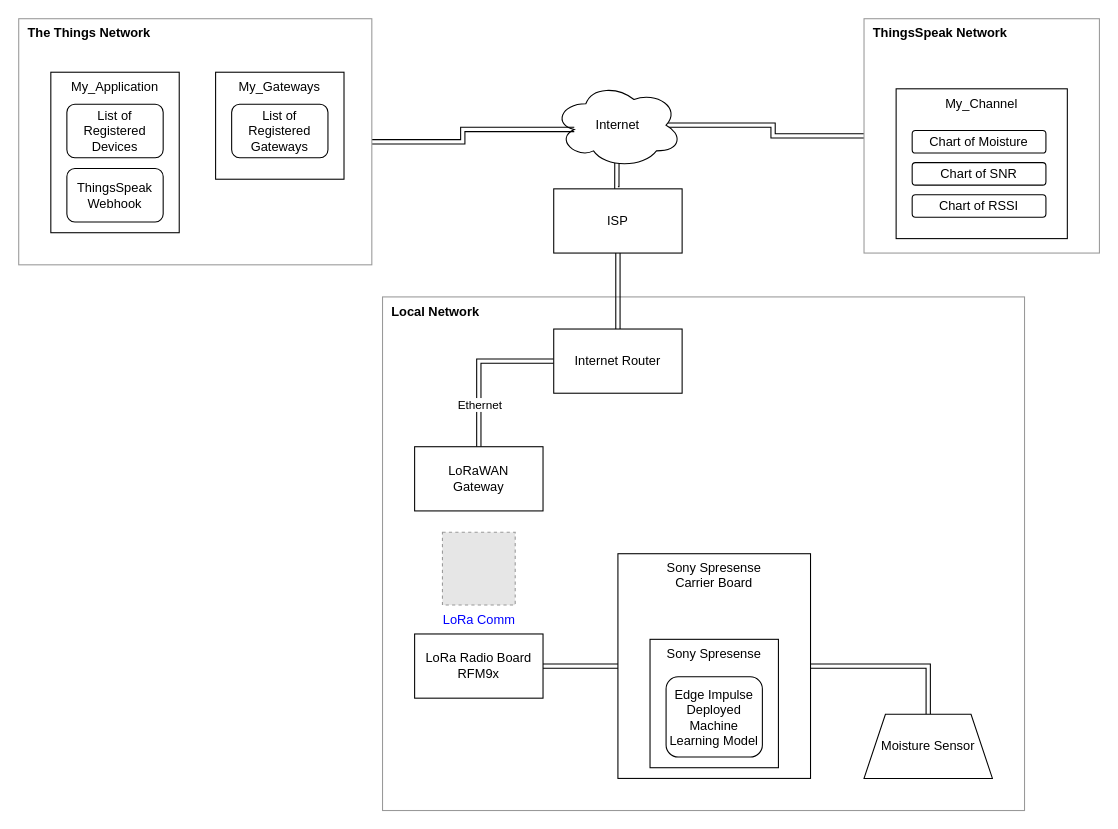
Above: Arduino_EdgeImpulse/Sony_Spresense/Spresese-AnalogModel/Spresense-Moisture_Sensor_Model_LoRaWAN/LoRaWAN.drawio in DeveloperMarcial/Edge_Impulse (draw.io), before the change. Source tidied: cells renumbered, new cells numbered last; positions are measured from the earlier drawing's top-left corner, leaving out a move shared by most shapes. Both pictures are drawn from the tidied source at 107%, with x=0, y=0 at pixel (18, 18). Pictures stored in the file or linked from it are replaced by grey dashed boxes.
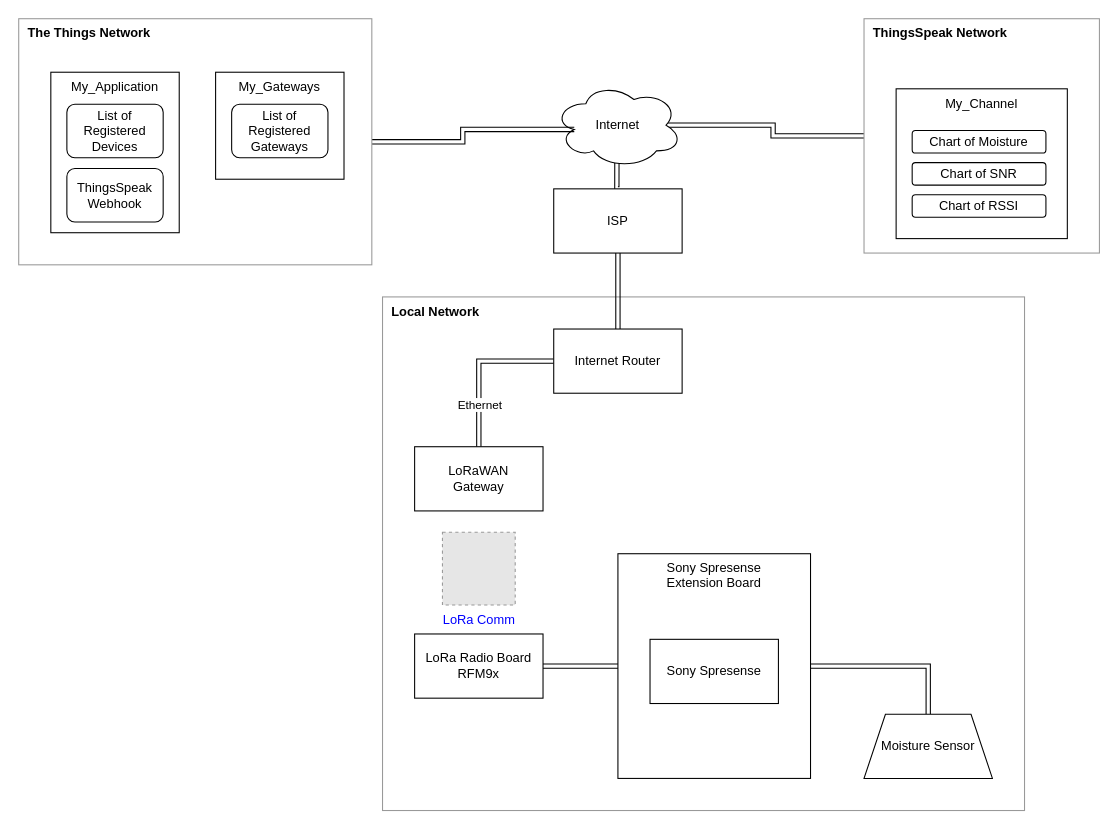
Above is the later version.

Commit message:
Updated object diagram.

The edit, as a diff of the source:
```diff
@@
-    <mxCell id="5" value="Sony Spresense&lt;br&gt;Carrier Board" style="rounded=0;whiteSpace=wrap;html=1;verticalAlign=top;" parent="1" vertex="1">
+    <mxCell id="5" value="Sony Spresense&lt;br&gt;Extension Board" style="rounded=0;whiteSpace=wrap;html=1;verticalAlign=top;" parent="1" vertex="1">
       <mxGeometry x="560" y="500" width="180" height="210" as="geometry" />
     </mxCell>
@@
-    <mxCell id="8" value="Sony Spresense" style="rounded=0;whiteSpace=wrap;html=1;verticalAlign=top;" parent="1" vertex="1">
-      <mxGeometry x="590" y="580" width="120" height="120" as="geometry" />
+    <mxCell id="8" value="Sony Spresense" style="rounded=0;whiteSpace=wrap;html=1;" parent="1" vertex="1">
+      <mxGeometry x="590" y="580" width="120" height="60" as="geometry" />
     </mxCell>
@@
-    <mxCell id="31" value="Edge Impulse&lt;br&gt;Deployed&lt;br&gt;Machine Learning Model" style="rounded=1;whiteSpace=wrap;html=1;" parent="1" vertex="1">
-      <mxGeometry x="605" y="615" width="90" height="75" as="geometry" />
-    </mxCell>
```
